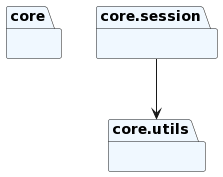
This is docs/diagrams/system/core_packages.png from jerry327755/onlineStoreTemplate, a PlantUML export, as it was before one commit.
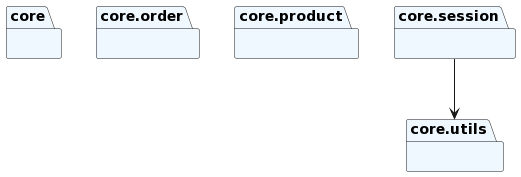
After the commit.

What changed in the source:
```diff
@@ -1,6 +1,10 @@
 @startuml
 set namespaceSeparator none
 package "core" as core #aliceblue {
+}
+package "core.order" as core.order #aliceblue {
+}
+package "core.product" as core.product #aliceblue {
 }
 package "core.session" as core.session #aliceblue {
 }
```
